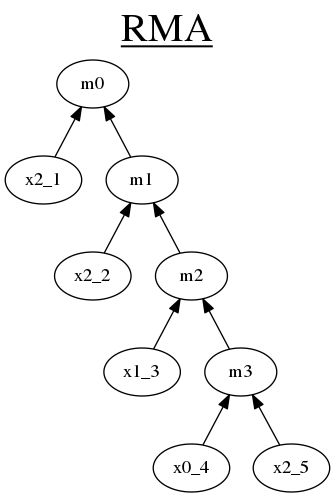
Earlier version of the Graphviz export GuiTool/image/RMA/RMADot.png (iitramar/guiTool). Its source is kept beside it as GuiTool/image/RMA/RMADot.dot.
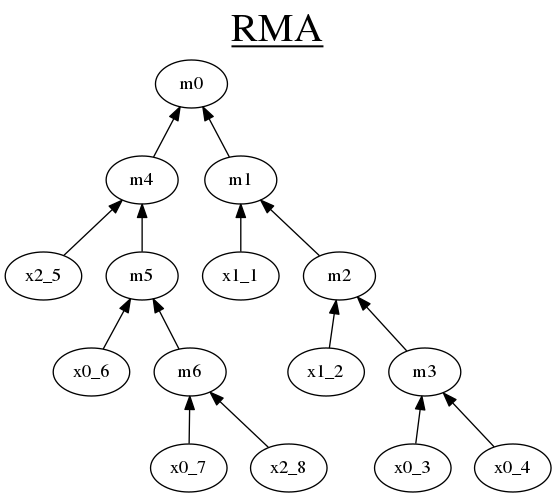
Later version of the same file.

The edit, as a diff of the source:
```diff
@@ -1,12 +1,18 @@
 digraph minmix{
 rankdir = BT;
 graph [label= <<u>RMA</u>> , labelloc=t, fontsize=30];
-x2_1 -> m0 ;
-m1 -> m0;
-x2_2 -> m1 ;
+m1 -> m0 ;
+m4 -> m0;
+x1_1 -> m1 ;
 m2 -> m1;
-x1_3 -> m2 ;
+x1_2 -> m2 ;
 m3 -> m2;
-x0_4 -> m3 ;
-x2_5 -> m3;
+x0_3 -> m3 ;
+x0_4 -> m3;
+x2_5 -> m4 ;
+m5 -> m4;
+x0_6 -> m5 ;
+m6 -> m5;
+x0_7 -> m6 ;
+x2_8 -> m6;
 }
```
